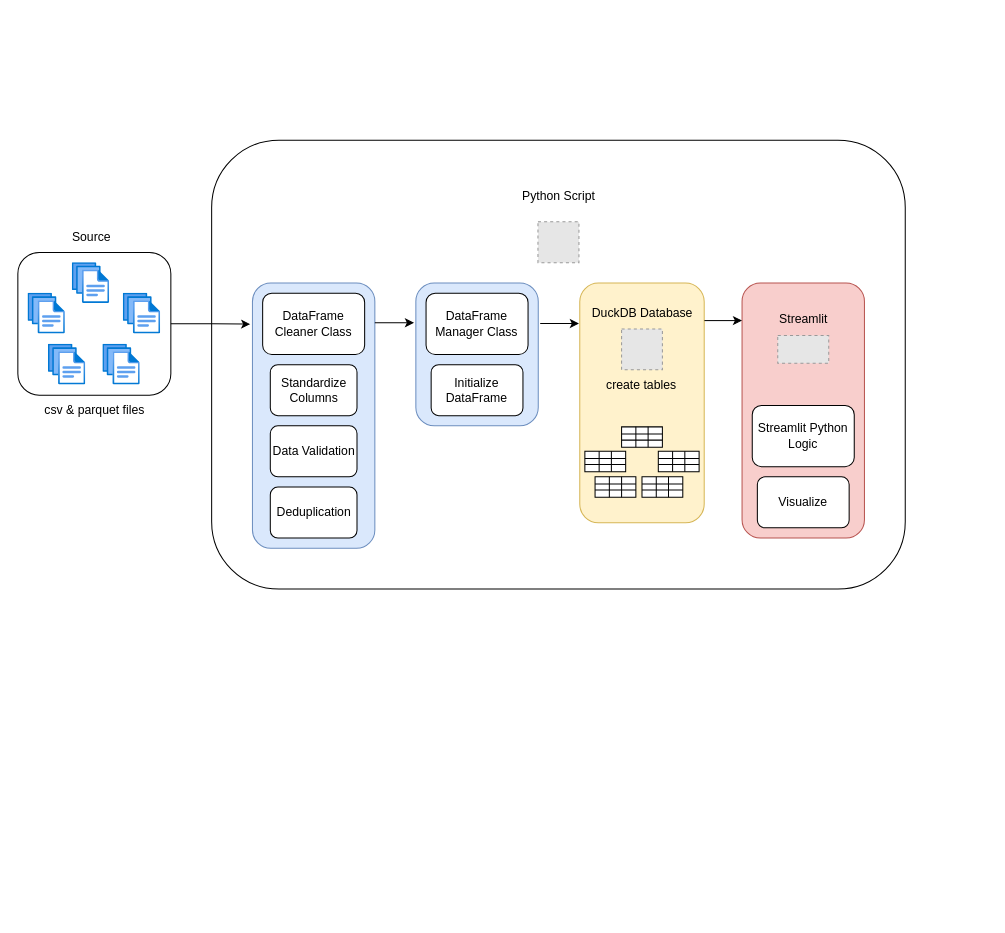
Earlier version of the draw.io diagram .drawio/workflow.drawio (itsmejoeyong/streamlit-portfolio). Source tidied: cells renumbered, new cells numbered last; positions are measured from the earlier drawing's top-left corner, leaving out a move shared by most shapes. Both pictures are drawn from the tidied source at 102%, with x=0, y=0 at pixel (17, 140). Pictures stored in the file or linked from it are replaced by grey dashed boxes.
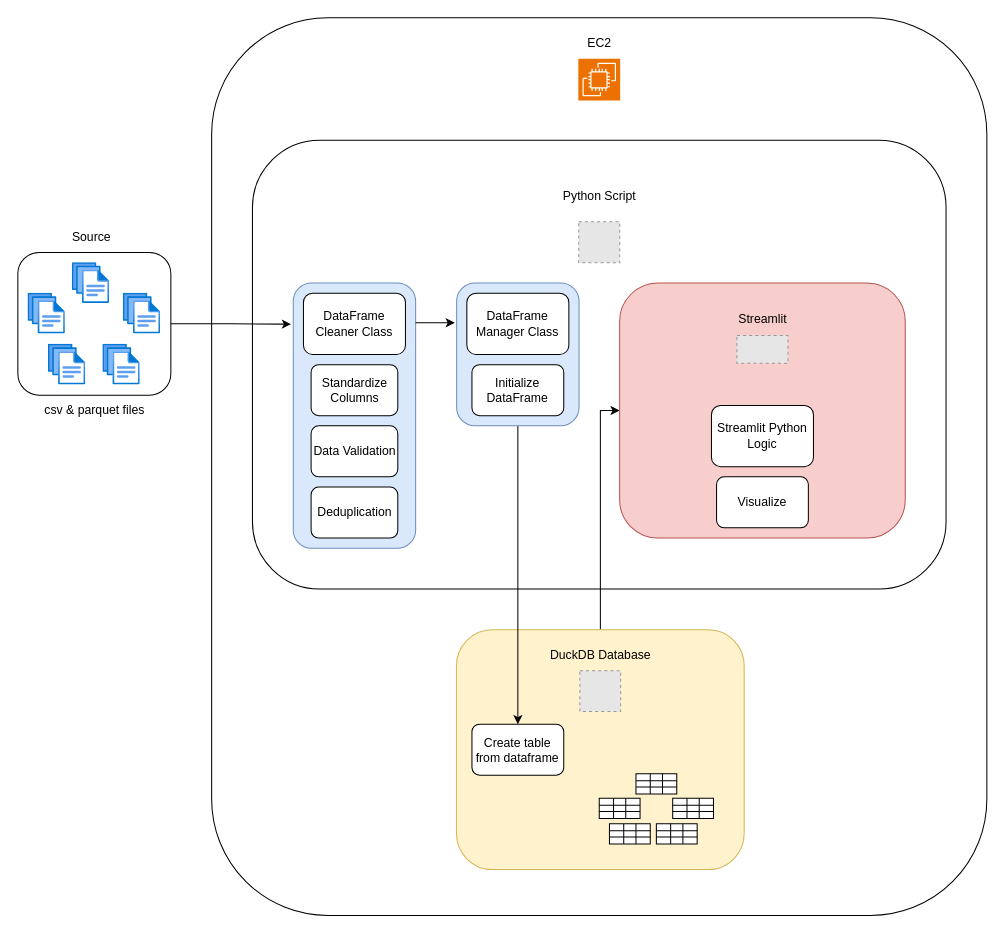
After the change.

Change to the diagram source:
```diff
@@
+    <mxCell id="99" style="rounded=1;whiteSpace=wrap;html=1;" parent="1" vertex="1">
+      <mxGeometry x="190" y="-120" width="760" height="880" as="geometry" />
+    </mxCell>
     <mxCell id="2" style="rounded=1;whiteSpace=wrap;html=1;" parent="1" vertex="1">
-      <mxGeometry x="190" width="680" height="440" as="geometry" />
+      <mxGeometry x="230" width="680" height="440" as="geometry" />
     </mxCell>
+    <mxCell id="100" style="edgeStyle=orthogonalEdgeStyle;rounded=0;jettySize=auto;html=1;" parent="1" edge="1" source="3" target="92">
+      <mxGeometry relative="1" as="geometry">
+        <Array as="points">
+          <mxPoint x="571" y="265" />
+        </Array>
+      </mxGeometry>
+    </mxCell>
     <mxCell id="3" style="rounded=1;whiteSpace=wrap;html=1;fillColor=#fff2cc;strokeColor=#d6b656;" parent="1" vertex="1">
-      <mxGeometry x="550.9" y="140" width="122" height="235" as="geometry" />
+      <mxGeometry x="430" y="480" width="282.1" height="235" as="geometry" />
     </mxCell>
@@
     <mxCell id="5" style="rounded=1;whiteSpace=wrap;html=1;fillColor=#dae8fc;strokeColor=#6c8ebf;" parent="1" vertex="1">
-      <mxGeometry x="230" y="140" width="120" height="260" as="geometry" />
+      <mxGeometry x="270" y="140" width="120" height="260" as="geometry" />
     </mxCell>
@@
     <mxCell id="7" style="fillColor=#E6E6E6;strokeColor=#999999;dashed=1;verticalLabelPosition=bottom;labelBackgroundColor=default;verticalAlign=top;" parent="1" vertex="1">
-      <mxGeometry x="509.9" y="80" width="40.2" height="40" as="geometry" />
+      <mxGeometry x="549.9" y="80" width="40.2" height="40" as="geometry" />
     </mxCell>
@@
     <mxCell id="10" value="Python Script" style="text;html=1;align=center;verticalAlign=middle;strokeColor=none;fillColor=none;" parent="1" vertex="1">
-      <mxGeometry x="485" y="40" width="90" height="30" as="geometry" />
+      <mxGeometry x="525" y="40" width="90" height="30" as="geometry" />
     </mxCell>
     <mxCell id="11" value="DataFrame Cleaner Class" style="rounded=1;whiteSpace=wrap;html=1;" parent="1" vertex="1">
-      <mxGeometry x="240" y="150" width="100" height="60" as="geometry" />
+      <mxGeometry x="280" y="150" width="100" height="60" as="geometry" />
     </mxCell>
     <mxCell id="12" value="Standardize Columns" style="rounded=1;whiteSpace=wrap;html=1;" parent="1" vertex="1">
-      <mxGeometry x="247.5" y="220" width="85" height="50" as="geometry" />
+      <mxGeometry x="287.5" y="220" width="85" height="50" as="geometry" />
     </mxCell>
     <mxCell id="13" value="Data Validation" style="rounded=1;whiteSpace=wrap;html=1;" parent="1" vertex="1">
-      <mxGeometry x="247.5" y="280" width="85" height="50" as="geometry" />
+      <mxGeometry x="287.5" y="280" width="85" height="50" as="geometry" />
     </mxCell>
     <mxCell id="14" value="Deduplication" style="rounded=1;whiteSpace=wrap;html=1;" parent="1" vertex="1">
-      <mxGeometry x="247.5" y="340" width="85" height="50" as="geometry" />
+      <mxGeometry x="287.5" y="340" width="85" height="50" as="geometry" />
     </mxCell>
+    <mxCell id="101" style="edgeStyle=orthogonalEdgeStyle;rounded=0;jettySize=auto;html=1;entryX=0.5;entryY=0;entryDx=0;entryDy=0;" parent="1" edge="1" source="15" target="104">
+      <mxGeometry relative="1" as="geometry" />
+    </mxCell>
     <mxCell id="15" style="rounded=1;whiteSpace=wrap;html=1;fillColor=#dae8fc;strokeColor=#6c8ebf;" parent="1" vertex="1">
-      <mxGeometry x="390.2" y="140" width="120" height="140" as="geometry" />
+      <mxGeometry x="430.2" y="140" width="120" height="140" as="geometry" />
     </mxCell>
     <mxCell id="16" value="DataFrame Manager Class" style="rounded=1;whiteSpace=wrap;html=1;" parent="1" vertex="1">
-      <mxGeometry x="400.2" y="150" width="100" height="60" as="geometry" />
+      <mxGeometry x="440.2" y="150" width="100" height="60" as="geometry" />
     </mxCell>
     <mxCell id="17" value="Initialize DataFrame" style="rounded=1;whiteSpace=wrap;html=1;" parent="1" vertex="1">
-      <mxGeometry x="405.2" y="220" width="90" height="50" as="geometry" />
+      <mxGeometry x="445.2" y="220" width="90" height="50" as="geometry" />
     </mxCell>
     <mxCell id="18" style="edgeStyle=orthogonalEdgeStyle;rounded=0;jettySize=auto;html=1;entryX=-0.015;entryY=0.281;entryDx=0;entryDy=0;entryPerimeter=0;" parent="1" edge="1" target="15">
       <mxGeometry relative="1" as="geometry">
-        <mxPoint x="350" y="179" as="sourcePoint" />
+        <mxPoint x="390" y="179" as="sourcePoint" />
       </mxGeometry>
     </mxCell>
     <mxCell id="19" style="fillColor=#E6E6E6;strokeColor=#999999;dashed=1;verticalLabelPosition=bottom;labelBackgroundColor=default;verticalAlign=top;" parent="1" vertex="1">
-      <mxGeometry x="591.9" y="185" width="40" height="40" as="geometry" />
+      <mxGeometry x="551" y="520" width="40" height="40" as="geometry" />
     </mxCell>
     <mxCell id="20" value="DuckDB Database" style="text;html=1;align=center;verticalAlign=middle;strokeColor=none;fillColor=none;" parent="1" vertex="1">
-      <mxGeometry x="551.9" y="155" width="120" height="30" as="geometry" />
+      <mxGeometry x="511" y="490" width="120" height="30" as="geometry" />
     </mxCell>
@@
     <mxCell id="26" style="shape=table;startSize=0;childLayout=tableLayout;fontSize=16;" parent="1" vertex="1">
-      <mxGeometry x="627.9" y="305" width="40" height="20" as="geometry" />
+      <mxGeometry x="642" y="645" width="40" height="20" as="geometry" />
     </mxCell>
@@
-    <mxCell id="39" value="create tables" style="text;html=1;align=center;verticalAlign=middle;strokeColor=none;fillColor=none;" parent="1" vertex="1">
-      <mxGeometry x="565.9" y="225" width="90" height="30" as="geometry" />
-    </mxCell>
     <mxCell id="40" style="shape=table;startSize=0;childLayout=tableLayout;fontSize=16;" parent="1" vertex="1">
-      <mxGeometry x="555.9" y="305" width="40" height="20" as="geometry" />
+      <mxGeometry x="570" y="645" width="40" height="20" as="geometry" />
     </mxCell>
@@
     <mxCell id="53" style="shape=table;startSize=0;childLayout=tableLayout;fontSize=16;" parent="1" vertex="1">
-      <mxGeometry x="565.9" y="330" width="40" height="20" as="geometry" />
+      <mxGeometry x="580" y="670" width="40" height="20" as="geometry" />
     </mxCell>
@@
     <mxCell id="66" style="shape=table;startSize=0;childLayout=tableLayout;fontSize=16;" parent="1" vertex="1">
-      <mxGeometry x="591.9" y="281" width="40" height="20" as="geometry" />
+      <mxGeometry x="606" y="621" width="40" height="20" as="geometry" />
     </mxCell>
@@
     <mxCell id="79" style="shape=table;startSize=0;childLayout=tableLayout;fontSize=16;" parent="1" vertex="1">
-      <mxGeometry x="611.9" y="330" width="40" height="20" as="geometry" />
+      <mxGeometry x="626" y="670" width="40" height="20" as="geometry" />
     </mxCell>
@@
     <mxCell id="92" style="rounded=1;whiteSpace=wrap;html=1;fillColor=#f8cecc;strokeColor=#b85450;" parent="1" vertex="1">
-      <mxGeometry x="710" y="140" width="120" height="250" as="geometry" />
+      <mxGeometry x="590" y="140" width="280" height="250" as="geometry" />
     </mxCell>
     <mxCell id="93" style="fillColor=#E6E6E6;strokeColor=#999999;dashed=1;verticalLabelPosition=bottom;labelBackgroundColor=default;verticalAlign=top;" parent="1" vertex="1">
-      <mxGeometry x="745" y="191.4" width="50" height="27.2" as="geometry" />
+      <mxGeometry x="705" y="191.4" width="50" height="27.2" as="geometry" />
     </mxCell>
     <mxCell id="94" value="Streamlit" style="text;html=1;align=center;verticalAlign=middle;strokeColor=none;fillColor=none;" parent="1" vertex="1">
-      <mxGeometry x="735" y="161.4" width="70" height="30" as="geometry" />
+      <mxGeometry x="695" y="161.4" width="70" height="30" as="geometry" />
     </mxCell>
     <mxCell id="95" value="Streamlit Python Logic" style="rounded=1;whiteSpace=wrap;html=1;" parent="1" vertex="1">
-      <mxGeometry x="720" y="260" width="100" height="60" as="geometry" />
+      <mxGeometry x="680" y="260" width="100" height="60" as="geometry" />
     </mxCell>
     <mxCell id="96" value="Visualize" style="rounded=1;whiteSpace=wrap;html=1;" parent="1" vertex="1">
-      <mxGeometry x="725" y="330" width="90" height="50" as="geometry" />
+      <mxGeometry x="685" y="330" width="90" height="50" as="geometry" />
     </mxCell>
-    <mxCell id="97" style="edgeStyle=orthogonalEdgeStyle;rounded=0;orthogonalLoop=1;jettySize=auto;html=1;exitX=1.001;exitY=0.62;exitDx=0;exitDy=0;exitPerimeter=0;" parent="1" edge="1">
-      <mxGeometry relative="1" as="geometry">
-        <mxPoint x="673.1" y="176.8" as="sourcePoint" />
-        <mxPoint x="710" y="176.1" as="targetPoint" />
-      </mxGeometry>
-    </mxCell>
-    <mxCell id="98" style="edgeStyle=orthogonalEdgeStyle;rounded=0;orthogonalLoop=1;jettySize=auto;html=1;entryX=-0.015;entryY=0.281;entryDx=0;entryDy=0;entryPerimeter=0;" parent="1" edge="1">
-      <mxGeometry relative="1" as="geometry">
-        <mxPoint x="512.1" y="179.7" as="sourcePoint" />
-        <mxPoint x="550.1" y="179.7" as="targetPoint" />
-      </mxGeometry>
-    </mxCell>
+    <mxCell id="102" style="sketch=0;fontColor=#232F3E;fillColor=#ED7100;strokeColor=#ffffff;dashed=0;verticalLabelPosition=bottom;verticalAlign=top;align=center;html=1;fontSize=12;fontStyle=0;shape=mxgraph.aws4.resourceIcon;resIcon=mxgraph.aws4.ec2;" parent="1" vertex="1">
+      <mxGeometry x="549.5" y="-80" width="41" height="41" as="geometry" />
+    </mxCell>
+    <mxCell id="103" value="EC2" style="text;html=1;align=center;verticalAlign=middle;strokeColor=none;fillColor=none;" parent="1" vertex="1">
+      <mxGeometry x="545" y="-110" width="50" height="30" as="geometry" />
+    </mxCell>
+    <mxCell id="104" value="Create table from dataframe" style="rounded=1;whiteSpace=wrap;html=1;" parent="1" vertex="1">
+      <mxGeometry x="445.2" y="572.5" width="90" height="50" as="geometry" />
+    </mxCell>
```
